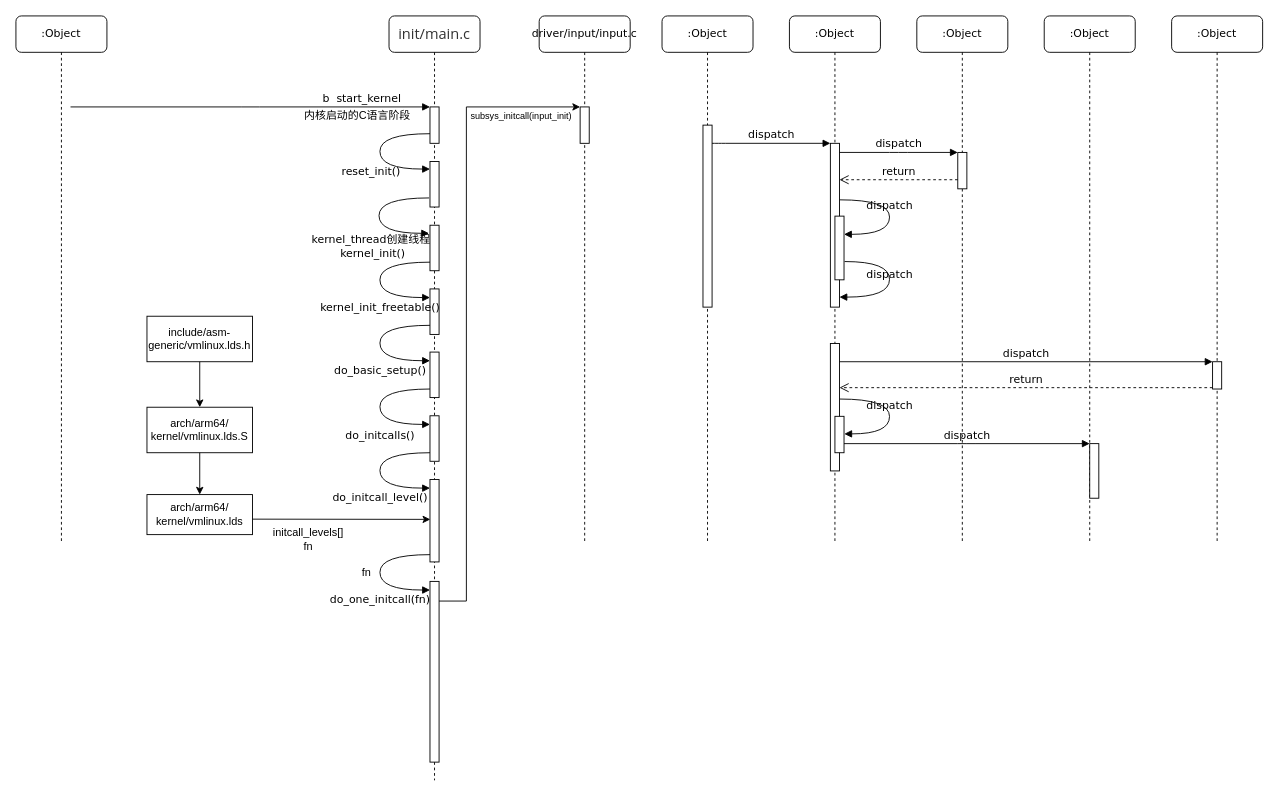
Before: page "内核启动" (1 of 2) of kernel/kernel.drawio in tsunami697/markdown, a draw.io diagram. Source tidied: cells renumbered, new cells numbered last; positions are measured from the earlier drawing's top-left corner, leaving out a move shared by most shapes. Both pictures are drawn from the tidied source at 91%, with x=0, y=0 at pixel (15, 15).
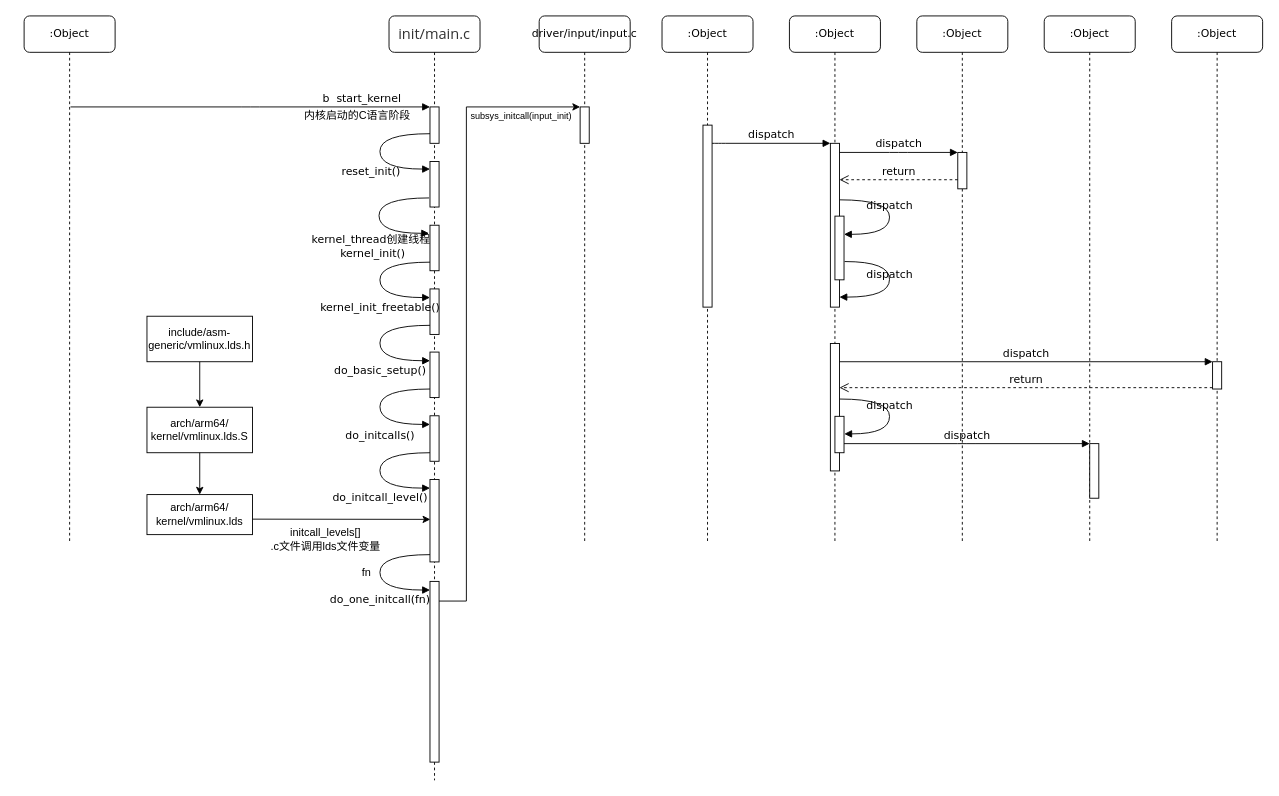
The same diagram, later.

The edit, as a diff of the source:
```diff
@@
-    <mxCell id="51" value="initcall_levels[]&lt;br&gt;fn" style="text;html=1;align=center;verticalAlign=middle;strokeColor=none;fillColor=none;" parent="1" vertex="1">
-      <mxGeometry x="276" y="560" width="90" height="30" as="geometry" />
+    <mxCell id="51" value="initcall_levels[]&lt;br&gt;.c文件调用lds文件变量" style="text;html=1;align=center;verticalAlign=middle;strokeColor=none;fillColor=none;" parent="1" vertex="1">
+      <mxGeometry x="270" y="560" width="140" height="30" as="geometry" />
     </mxCell>
@@
     <mxCell id="53" value=":Object" style="shape=umlLifeline;perimeter=lifelinePerimeter;whiteSpace=wrap;html=1;rounded=1;shadow=0;comic=0;labelBackgroundColor=none;strokeWidth=1;fontFamily=Verdana;fontSize=12;align=center;" parent="1" vertex="1">
-      <mxGeometry width="100" height="580" as="geometry" />
+      <mxGeometry x="9" width="100" height="580" as="geometry" />
     </mxCell>
```
